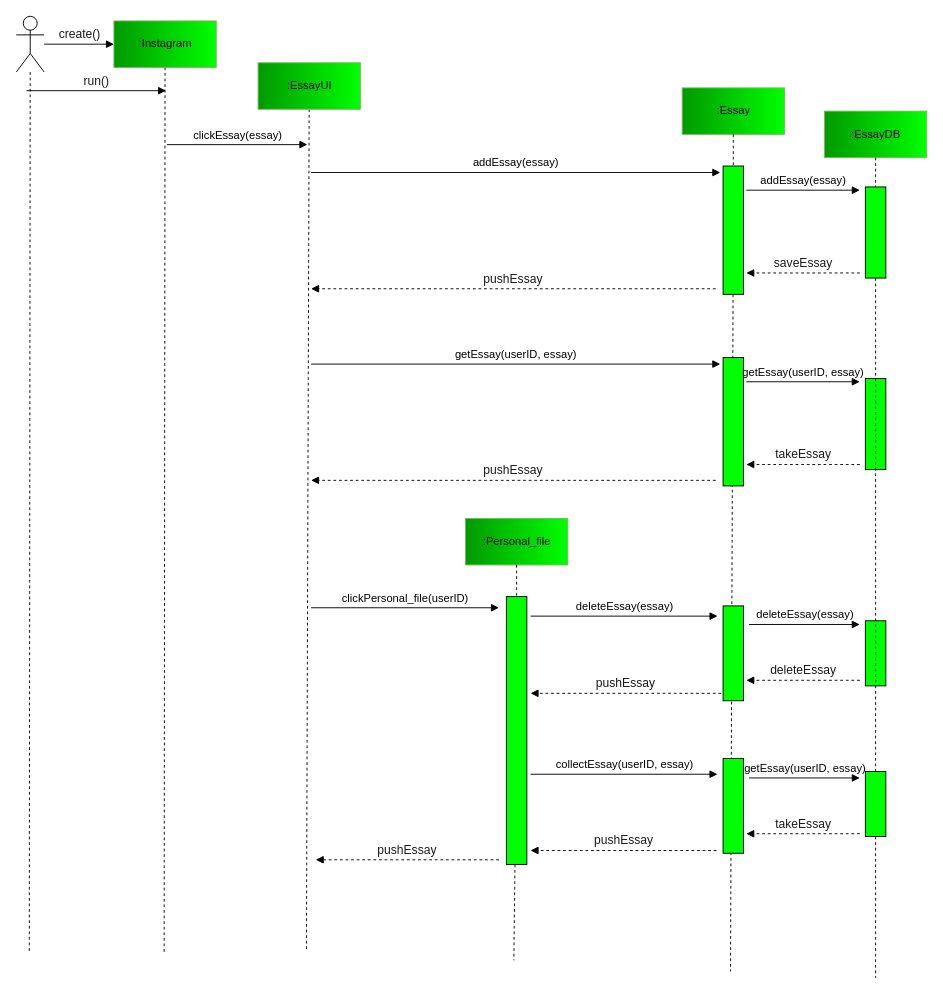
Earlier version of the draw.io diagram page "貼文作業" (10 of 15) of prog.drawio (s9606105/end-report). Source tidied: cells renumbered, new cells numbered last; positions are measured from the earlier drawing's top-left corner, leaving out a move shared by most shapes. Both pictures are drawn from the tidied source at 93%, with x=0, y=0 at pixel (16, 16).
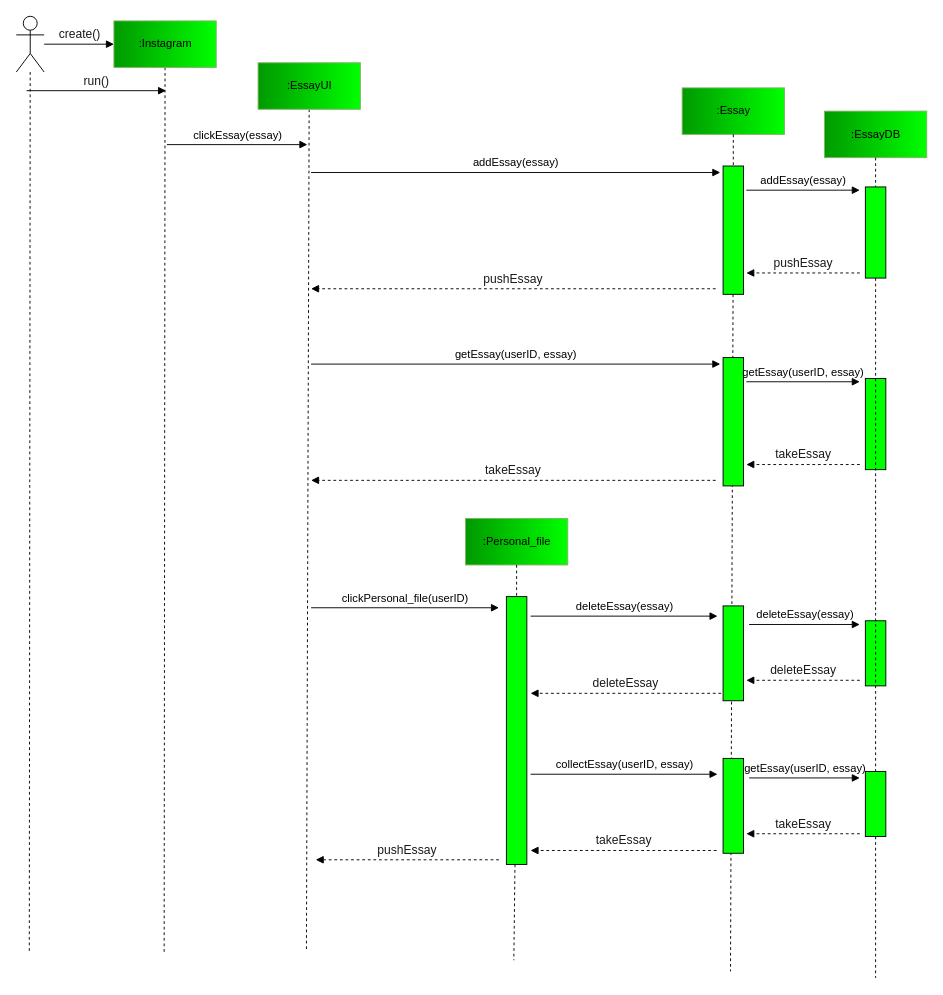
The same page after the edit.

The edit, as a diff of the source:
```diff
@@
-    <mxCell id="21" value="&lt;font color=&quot;#1a1a1a&quot;&gt;saveEssay&lt;/font&gt;" style="html=1;verticalAlign=bottom;endArrow=block;fontSize=13;fontColor=#000000;strokeColor=#000000;labelBackgroundColor=none;dashed=1;" parent="1" edge="1">
+    <mxCell id="21" value="&lt;font color=&quot;#1a1a1a&quot;&gt;pushEssay&lt;/font&gt;" style="html=1;verticalAlign=bottom;endArrow=block;fontSize=13;fontColor=#000000;strokeColor=#000000;labelBackgroundColor=none;dashed=1;" parent="1" edge="1">
       <mxGeometry relative="1" as="geometry">
         <mxPoint x="907" y="276" as="sourcePoint" />
         <mxPoint x="785" y="276" as="targetPoint" />
       </mxGeometry>
     </mxCell>
@@
-    <mxCell id="27" value="&lt;font color=&quot;#1a1a1a&quot;&gt;pushEssay&lt;/font&gt;" style="html=1;verticalAlign=bottom;endArrow=block;fontSize=13;fontColor=#000000;strokeColor=#000000;labelBackgroundColor=none;dashed=1;" parent="1" edge="1">
+    <mxCell id="27" value="&lt;font color=&quot;#1a1a1a&quot;&gt;takeEssay&lt;/font&gt;" style="html=1;verticalAlign=bottom;endArrow=block;fontSize=13;fontColor=#000000;strokeColor=#000000;labelBackgroundColor=none;dashed=1;" parent="1" edge="1">
       <mxGeometry relative="1" as="geometry">
         <mxPoint x="752" y="499" as="sourcePoint" />
         <mxPoint x="317" y="499" as="targetPoint" />
       </mxGeometry>
     </mxCell>
@@
-    <mxCell id="39" value="&lt;font color=&quot;#1a1a1a&quot;&gt;pushEssay&lt;/font&gt;" style="html=1;verticalAlign=bottom;endArrow=block;fontSize=13;fontColor=#000000;strokeColor=#000000;labelBackgroundColor=none;dashed=1;" parent="1" edge="1">
+    <mxCell id="39" value="&lt;font color=&quot;#1a1a1a&quot;&gt;deleteEssay&lt;/font&gt;" style="html=1;verticalAlign=bottom;endArrow=block;fontSize=13;fontColor=#000000;strokeColor=#000000;labelBackgroundColor=none;dashed=1;" parent="1" edge="1">
       <mxGeometry relative="1" as="geometry">
         <mxPoint x="758" y="728" as="sourcePoint" />
         <mxPoint x="553" y="728" as="targetPoint" />
       </mxGeometry>
     </mxCell>
@@
-    <mxCell id="46" value="&lt;font color=&quot;#1a1a1a&quot;&gt;pushEssay&lt;/font&gt;" style="html=1;verticalAlign=bottom;endArrow=block;fontSize=13;fontColor=#000000;strokeColor=#000000;labelBackgroundColor=none;dashed=1;" parent="1" edge="1">
+    <mxCell id="46" value="&lt;font color=&quot;#1a1a1a&quot;&gt;takeEssay&lt;/font&gt;" style="html=1;verticalAlign=bottom;endArrow=block;fontSize=13;fontColor=#000000;strokeColor=#000000;labelBackgroundColor=none;dashed=1;" parent="1" edge="1">
       <mxGeometry relative="1" as="geometry">
         <mxPoint x="753" y="897" as="sourcePoint" />
         <mxPoint x="553" y="897" as="targetPoint" />
       </mxGeometry>
     </mxCell>
```
